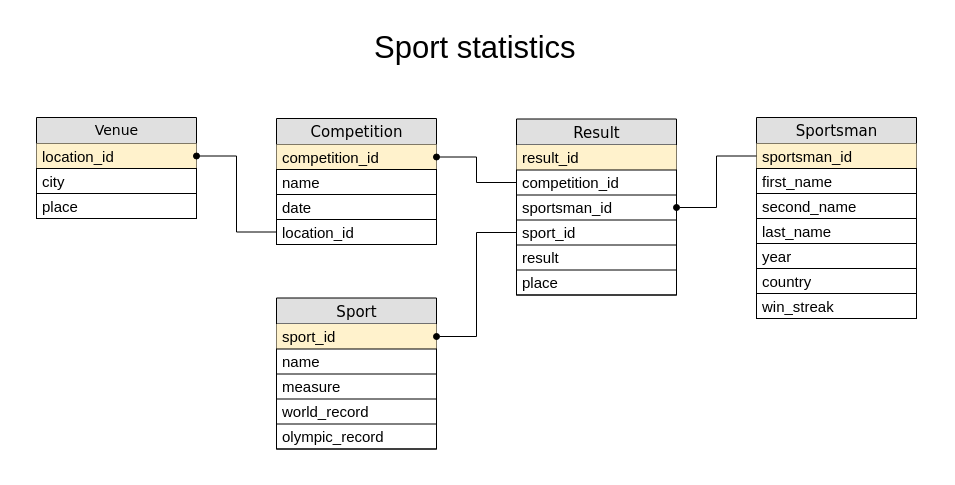
BinaryDancer/my_projects keeps this draw.io diagram as Sport_statistics.drawio. Above is the earlier version. Source tidied: cells renumbered, new cells numbered last; positions are measured from the earlier drawing's top-left corner, leaving out a move shared by most shapes. Both pictures are drawn from the tidied source at 100%, with x=0, y=0 at pixel (36, 17).
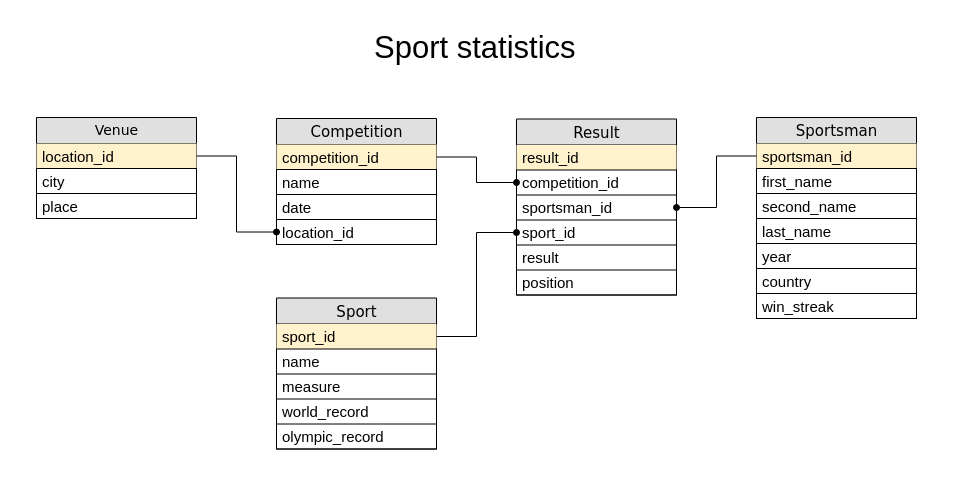
The same page after the edit.

Unchanged cells that the change refers to:
```xml
<mxCell id="3" value="sport_id" style="shape=partialRectangle;top=0;left=0;right=0;bottom=1;html=1;align=left;verticalAlign=middle;fillColor=#fff2cc;spacingLeft=4;spacingRight=4;whiteSpace=wrap;overflow=hidden;points=[[0,0.5],[1,0.5]];portConstraint=eastwest;fontStyle=0;fontSize=15;strokeColor=#000000;" parent="2" vertex="1">
  <mxGeometry y="26" width="160" height="25" as="geometry" />
</mxCell>
<mxCell id="8" value="&lt;span style=&quot;font-size: 15px&quot;&gt;Result&lt;/span&gt;" style="swimlane;html=1;fontStyle=0;horizontal=1;startSize=26;fillColor=#e0e0e0;swimlaneFillColor=#ffffff;align=center;rounded=0;shadow=0;comic=0;labelBackgroundColor=none;strokeColor=#000000;strokeWidth=1;fontFamily=Verdana;fontSize=14;fontColor=#000000;" parent="1" vertex="1">
  <mxGeometry x="480" y="101.5" width="160" height="176" as="geometry" />
</mxCell>
<mxCell id="10" value="competition_id" style="shape=partialRectangle;top=0;left=0;right=0;bottom=1;html=1;align=left;verticalAlign=middle;fillColor=none;spacingLeft=4;spacingRight=4;whiteSpace=wrap;overflow=hidden;points=[[0,0.5],[1,0.5]];portConstraint=eastwest;fontStyle=0;fontSize=15;strokeColor=#000000;" parent="8" vertex="1">
  <mxGeometry y="51" width="160" height="25" as="geometry" />
</mxCell>
<mxCell id="12" value="sport_id" style="shape=partialRectangle;top=0;left=0;right=0;bottom=1;html=1;align=left;verticalAlign=middle;fillColor=none;spacingLeft=4;spacingRight=4;whiteSpace=wrap;overflow=hidden;points=[[0,0.5],[1,0.5]];portConstraint=eastwest;fontStyle=0;fontSize=15;" parent="8" vertex="1">
  <mxGeometry y="101" width="160" height="25" as="geometry" />
</mxCell>
<mxCell id="16" value="competition_id" style="shape=partialRectangle;top=0;left=0;right=0;bottom=1;html=1;align=left;verticalAlign=middle;fillColor=#FFF2CC;spacingLeft=4;spacingRight=4;whiteSpace=wrap;overflow=hidden;points=[[0,0.5],[1,0.5]];portConstraint=eastwest;fontStyle=0;fontSize=15;strokeColor=#000000;perimeterSpacing=0;strokeWidth=1;" parent="15" vertex="1">
  <mxGeometry y="26" width="160" height="25" as="geometry" />
</mxCell>
<mxCell id="19" value="location_id" style="shape=partialRectangle;top=0;left=0;right=0;bottom=1;html=1;align=left;verticalAlign=middle;fillColor=none;spacingLeft=4;spacingRight=4;whiteSpace=wrap;overflow=hidden;points=[[0,0.5],[1,0.5]];portConstraint=eastwest;fontStyle=0;fontSize=15;" parent="15" vertex="1">
  <mxGeometry y="101" width="160" height="25" as="geometry" />
</mxCell>
<mxCell id="21" value="location_id" style="shape=partialRectangle;top=0;left=0;right=0;bottom=1;html=1;align=left;verticalAlign=middle;spacingLeft=4;spacingRight=4;whiteSpace=wrap;overflow=hidden;points=[[0,0.5],[1,0.5]];portConstraint=eastwest;fontStyle=0;fontSize=15;fillColor=#fff2cc;strokeColor=#000000;" parent="20" vertex="1">
  <mxGeometry y="26" width="160" height="25" as="geometry" />
</mxCell>
```

Change to the diagram source:
```diff
@@
-    <mxCell id="14" value="place" style="shape=partialRectangle;top=0;left=0;right=0;bottom=1;html=1;align=left;verticalAlign=middle;fillColor=none;spacingLeft=4;spacingRight=4;whiteSpace=wrap;overflow=hidden;fontStyle=0;fontSize=15;" parent="8" vertex="1">
+    <mxCell id="14" value="position" style="shape=partialRectangle;top=0;left=0;right=0;bottom=1;html=1;align=left;verticalAlign=middle;fillColor=none;spacingLeft=4;spacingRight=4;whiteSpace=wrap;overflow=hidden;fontStyle=0;fontSize=15;" parent="8" vertex="1">
       <mxGeometry y="151" width="160" height="25" as="geometry" />
     </mxCell>
@@
+    <mxCell id="36" value="Sport statistics" style="rounded=0;whiteSpace=wrap;html=1;shadow=0;glass=0;comic=0;strokeColor=#000000;strokeWidth=1;fillColor=none;fontSize=31;opacity=0;align=left;" parent="1" vertex="1">
+      <mxGeometry x="335.5" width="210" height="60" as="geometry" />
+    </mxCell>
+    <mxCell id="37" style="edgeStyle=orthogonalEdgeStyle;rounded=0;jettySize=auto;html=1;exitX=1;exitY=0.5;exitDx=0;exitDy=0;entryX=0;entryY=0.5;entryDx=0;entryDy=0;endArrow=oval;endFill=1;" parent="1" edge="1" source="3" target="12">
+      <mxGeometry relative="1" as="geometry" />
+    </mxCell>
-    <mxCell id="33" style="edgeStyle=orthogonalEdgeStyle;rounded=0;jettySize=auto;html=1;exitX=0;exitY=0.5;exitDx=0;exitDy=0;entryX=1;entryY=0.5;entryDx=0;entryDy=0;fontSize=15;endFill=1;endArrow=oval;" parent="1" edge="1" source="10" target="16">
+    <mxCell id="33" style="edgeStyle=orthogonalEdgeStyle;rounded=0;jettySize=auto;html=1;exitX=1;exitY=0.5;exitDx=0;exitDy=0;entryX=0;entryY=0.5;entryDx=0;entryDy=0;fontSize=15;endFill=1;endArrow=oval;" parent="1" edge="1" source="16" target="10">
       <mxGeometry relative="1" as="geometry" />
     </mxCell>
-    <mxCell id="34" style="edgeStyle=orthogonalEdgeStyle;rounded=0;jettySize=auto;html=1;exitX=0;exitY=0.5;exitDx=0;exitDy=0;entryX=1;entryY=0.5;entryDx=0;entryDy=0;fontSize=15;endArrow=oval;endFill=1;" parent="1" edge="1" source="19" target="21">
+    <mxCell id="34" style="edgeStyle=orthogonalEdgeStyle;rounded=0;jettySize=auto;html=1;exitX=1;exitY=0.5;exitDx=0;exitDy=0;entryX=0;entryY=0.5;entryDx=0;entryDy=0;fontSize=15;endArrow=oval;endFill=1;" parent="1" edge="1" source="21" target="19">
       <mxGeometry relative="1" as="geometry" />
     </mxCell>
-    <mxCell id="35" style="edgeStyle=orthogonalEdgeStyle;rounded=0;jettySize=auto;html=1;exitX=0;exitY=0.5;exitDx=0;exitDy=0;entryX=1;entryY=0.5;entryDx=0;entryDy=0;fontSize=15;endFill=1;endArrow=oval;" parent="1" edge="1" source="12" target="3">
-      <mxGeometry relative="1" as="geometry" />
-    </mxCell>
-    <mxCell id="36" value="Sport statistics" style="rounded=0;whiteSpace=wrap;html=1;shadow=0;glass=0;comic=0;strokeColor=#000000;strokeWidth=1;fillColor=none;fontSize=31;opacity=0;align=left;" parent="1" vertex="1">
-      <mxGeometry x="335.5" width="210" height="60" as="geometry" />
-    </mxCell>
+    <mxCell id="38" style="rounded=0;whiteSpace=wrap;html=1;opacity=0;" parent="1" vertex="1">
+      <mxGeometry x="-19" width="920" height="450" as="geometry" />
+    </mxCell>
```
